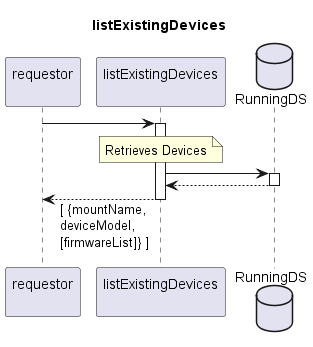
Above: spec/Services/listExistingDevices/1.0.0/listExistingDevices.png in openBackhaul/FirmWareManager (PlantUML), before the change.
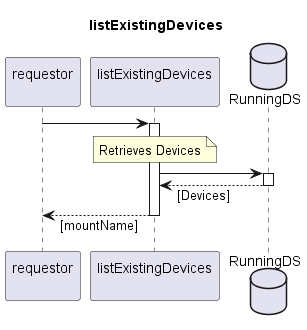
Later version of the same file.

Change to the diagram source:
```diff
@@ -17,10 +17,10 @@
   end note
   indServ -> RunDS
   activate RunDS
-  indServ <-- RunDS
+  indServ <-- RunDS: [Devices]
   deactivate RunDS
 
-requestor <-- indServ: [ {mountName,\ndeviceModel,\n[firmwareList]} ]
+requestor <-- indServ: [mountName]
 deactivate indServ
 
 @enduml
```
